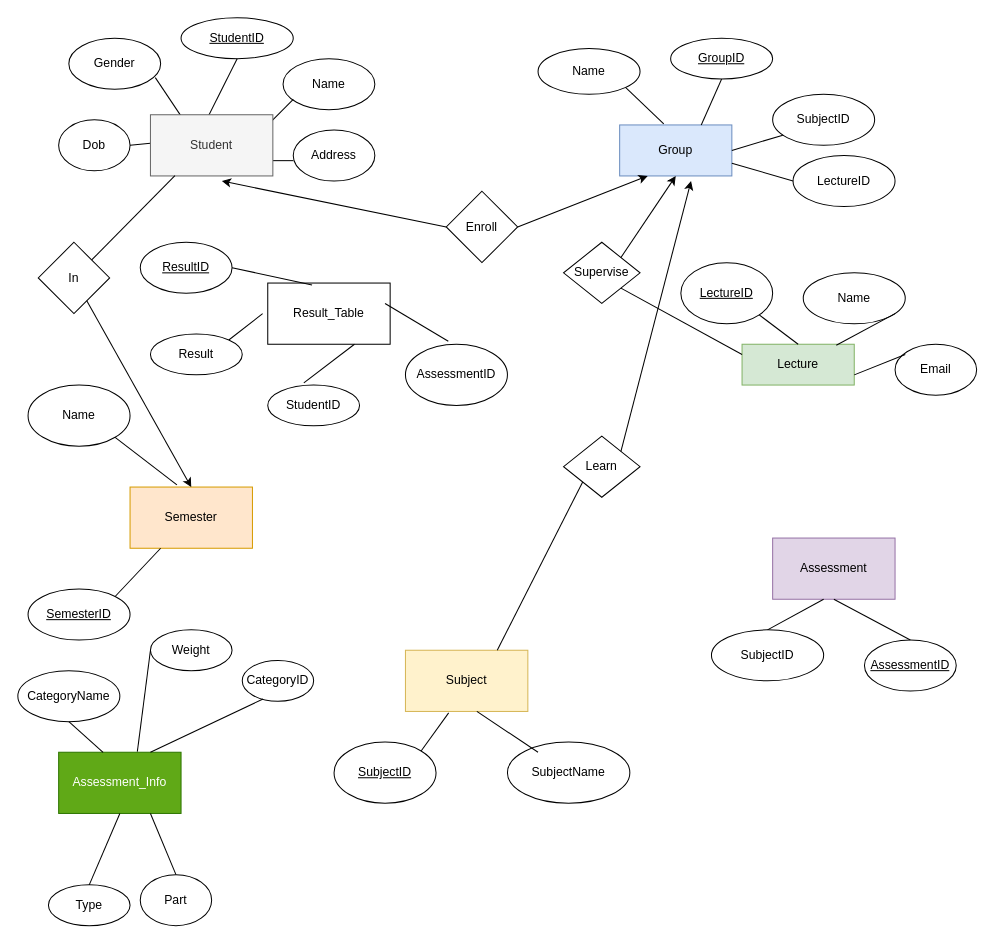
The draw.io diagram Untitled Diagram.drawio in hoangtheanhHE160176/DBI202-Assignment, before the edit. Source tidied: cells renumbered, new cells numbered last; positions are measured from the earlier drawing's top-left corner, leaving out a move shared by most shapes. Both pictures are drawn from the tidied source at 102%, with x=0, y=0 at pixel (17, 17).
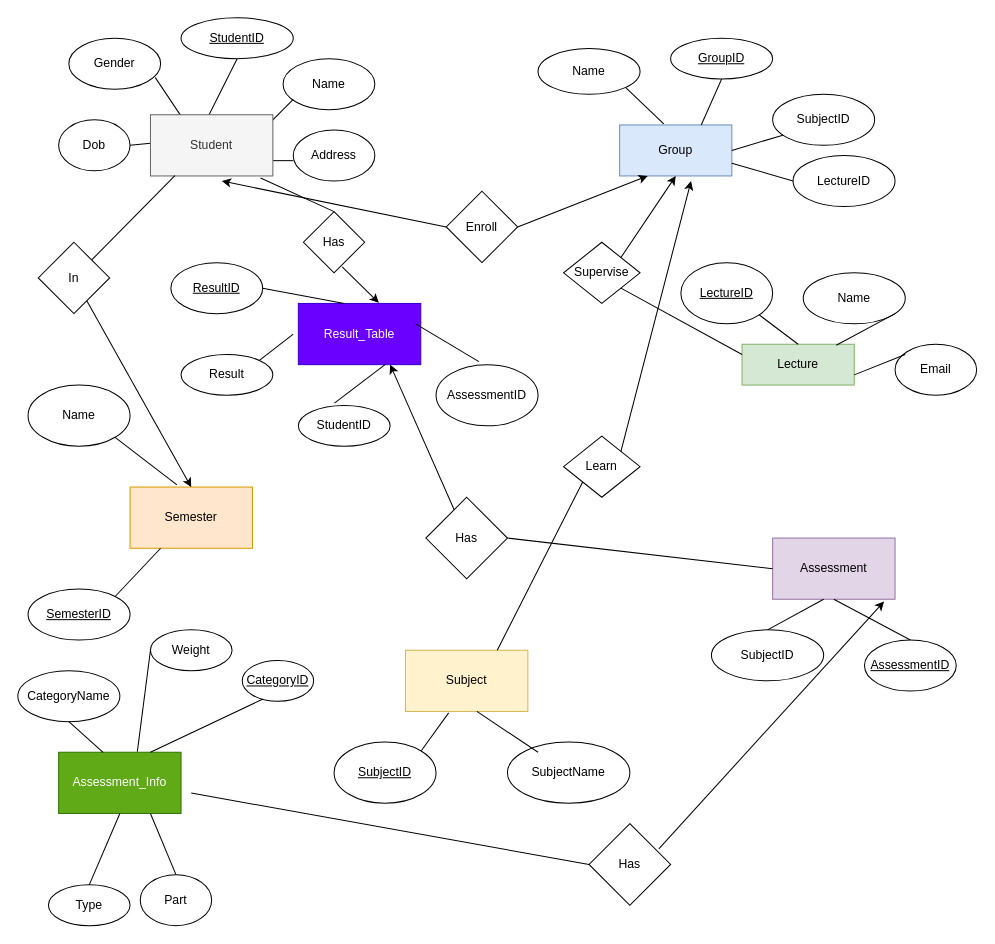
Above is the later version.

The change refers to these unchanged cells:
```xml
<mxCell id="12" value="Student" style="rounded=0;whiteSpace=wrap;html=1;fillColor=#f5f5f5;fontColor=#333333;strokeColor=#666666;" parent="1" vertex="1">
  <mxGeometry x="130" y="95" width="120" height="60" as="geometry" />
</mxCell>
<mxCell id="39" value="Assessment" style="rounded=0;whiteSpace=wrap;html=1;fillColor=#e1d5e7;strokeColor=#9673a6;" parent="1" vertex="1">
  <mxGeometry x="740" y="510" width="120" height="60" as="geometry" />
</mxCell>
```

Change to the diagram source:
```diff
@@
-    <mxCell id="45" value="CategoryID" style="ellipse;whiteSpace=wrap;html=1;" parent="1" vertex="1">
+    <mxCell id="45" value="&lt;u&gt;CategoryID&lt;/u&gt;" style="ellipse;whiteSpace=wrap;html=1;" parent="1" vertex="1">
       <mxGeometry x="220" y="630" width="70" height="40" as="geometry" />
     </mxCell>
@@
-    <mxCell id="55" value="Result_Table" style="rounded=0;whiteSpace=wrap;html=1;" parent="1" vertex="1">
-      <mxGeometry x="245" y="260" width="120" height="60" as="geometry" />
+    <mxCell id="55" value="Result_Table" style="rounded=0;whiteSpace=wrap;html=1;fillColor=#6a00ff;fontColor=#ffffff;strokeColor=#3700CC;" parent="1" vertex="1">
+      <mxGeometry x="275" y="280" width="120" height="60" as="geometry" />
     </mxCell>
     <mxCell id="56" value="&lt;u&gt;ResultID&lt;/u&gt;" style="ellipse;whiteSpace=wrap;html=1;" parent="1" vertex="1">
-      <mxGeometry x="120" y="220" width="90" height="50" as="geometry" />
+      <mxGeometry x="150" y="240" width="90" height="50" as="geometry" />
     </mxCell>
     <mxCell id="57" value="Result" style="ellipse;whiteSpace=wrap;html=1;" parent="1" vertex="1">
-      <mxGeometry x="130" y="310" width="90" height="40" as="geometry" />
+      <mxGeometry x="160" y="330" width="90" height="40" as="geometry" />
     </mxCell>
     <mxCell id="58" value="StudentID" style="ellipse;whiteSpace=wrap;html=1;" parent="1" vertex="1">
-      <mxGeometry x="245" y="360" width="90" height="40" as="geometry" />
+      <mxGeometry x="275" y="380" width="90" height="40" as="geometry" />
     </mxCell>
     <mxCell id="59" value="AssessmentID" style="ellipse;whiteSpace=wrap;html=1;" parent="1" vertex="1">
-      <mxGeometry x="380" y="320" width="100" height="60" as="geometry" />
+      <mxGeometry x="410" y="340" width="100" height="60" as="geometry" />
     </mxCell>
-    <mxCell id="60" style="endArrow=none;html=1;rounded=0;entryX=1;entryY=0.5;entryDx=0;entryDy=0;exitX=0.362;exitY=0.03;exitDx=0;exitDy=0;exitPerimeter=0;" parent="1" edge="1" source="55" target="56">
-      <mxGeometry relative="1" as="geometry" />
+    <mxCell id="60" style="endArrow=none;html=1;rounded=0;entryX=1;entryY=0.5;entryDx=0;entryDy=0;" parent="1" edge="1" target="56">
+      <mxGeometry relative="1" as="geometry">
+        <mxPoint x="320" y="280" as="sourcePoint" />
+      </mxGeometry>
     </mxCell>
     <mxCell id="61" style="endArrow=none;html=1;rounded=0;exitX=1;exitY=0;exitDx=0;exitDy=0;" parent="1" edge="1" source="57">
       <mxGeometry relative="1" as="geometry">
-        <mxPoint x="240" y="290" as="targetPoint" />
+        <mxPoint x="270" y="310" as="targetPoint" />
       </mxGeometry>
     </mxCell>
     <mxCell id="62" style="endArrow=none;html=1;rounded=0;exitX=0.393;exitY=-0.055;exitDx=0;exitDy=0;exitPerimeter=0;" parent="1" edge="1" source="58">
       <mxGeometry relative="1" as="geometry">
-        <mxPoint x="330" y="320" as="targetPoint" />
+        <mxPoint x="360" y="340" as="targetPoint" />
       </mxGeometry>
     </mxCell>
     <mxCell id="63" style="endArrow=none;html=1;rounded=0;exitX=0.42;exitY=-0.05;exitDx=0;exitDy=0;exitPerimeter=0;" parent="1" edge="1" source="59">
       <mxGeometry relative="1" as="geometry">
-        <mxPoint x="360" y="280" as="targetPoint" />
+        <mxPoint x="390" y="300" as="targetPoint" />
       </mxGeometry>
     </mxCell>
@@
+    <mxCell id="76" value="Has" style="rhombus;whiteSpace=wrap;html=1;" parent="1" vertex="1">
+      <mxGeometry x="280" y="190" width="60" height="60" as="geometry" />
+    </mxCell>
+    <mxCell id="77" style="endArrow=none;html=1;rounded=0;entryX=0.9;entryY=1.033;entryDx=0;entryDy=0;entryPerimeter=0;exitX=0.5;exitY=0;exitDx=0;exitDy=0;" parent="1" edge="1" source="76" target="12">
+      <mxGeometry relative="1" as="geometry" />
+    </mxCell>
+    <mxCell id="78" style="endArrow=classic;html=1;rounded=0;exitX=0.633;exitY=0.903;exitDx=0;exitDy=0;exitPerimeter=0;entryX=0.658;entryY=-0.01;entryDx=0;entryDy=0;entryPerimeter=0;" parent="1" edge="1" source="76" target="55">
+      <mxGeometry relative="1" as="geometry" />
+    </mxCell>
+    <mxCell id="79" value="Has" style="rhombus;whiteSpace=wrap;html=1;" parent="1" vertex="1">
+      <mxGeometry x="400" y="470" width="80" height="80" as="geometry" />
+    </mxCell>
+    <mxCell id="80" style="endArrow=none;html=1;rounded=0;exitX=1;exitY=0.5;exitDx=0;exitDy=0;entryX=0;entryY=0.5;entryDx=0;entryDy=0;" parent="1" edge="1" source="79" target="39">
+      <mxGeometry relative="1" as="geometry" />
+    </mxCell>
+    <mxCell id="81" style="endArrow=classic;html=1;rounded=0;entryX=0.75;entryY=1;entryDx=0;entryDy=0;" parent="1" edge="1" source="79" target="55">
+      <mxGeometry relative="1" as="geometry" />
+    </mxCell>
+    <mxCell id="82" value="Has" style="rhombus;whiteSpace=wrap;html=1;" parent="1" vertex="1">
+      <mxGeometry x="560" y="790" width="80" height="80" as="geometry" />
+    </mxCell>
+    <mxCell id="83" style="endArrow=none;html=1;rounded=0;entryX=0;entryY=0.5;entryDx=0;entryDy=0;" parent="1" edge="1" target="82">
+      <mxGeometry relative="1" as="geometry">
+        <mxPoint x="170" y="760" as="sourcePoint" />
+      </mxGeometry>
+    </mxCell>
+    <mxCell id="84" style="endArrow=classic;html=1;rounded=0;exitX=0.855;exitY=0.308;exitDx=0;exitDy=0;exitPerimeter=0;entryX=0.91;entryY=1.037;entryDx=0;entryDy=0;entryPerimeter=0;" parent="1" edge="1" source="82" target="39">
+      <mxGeometry relative="1" as="geometry" />
+    </mxCell>
```
